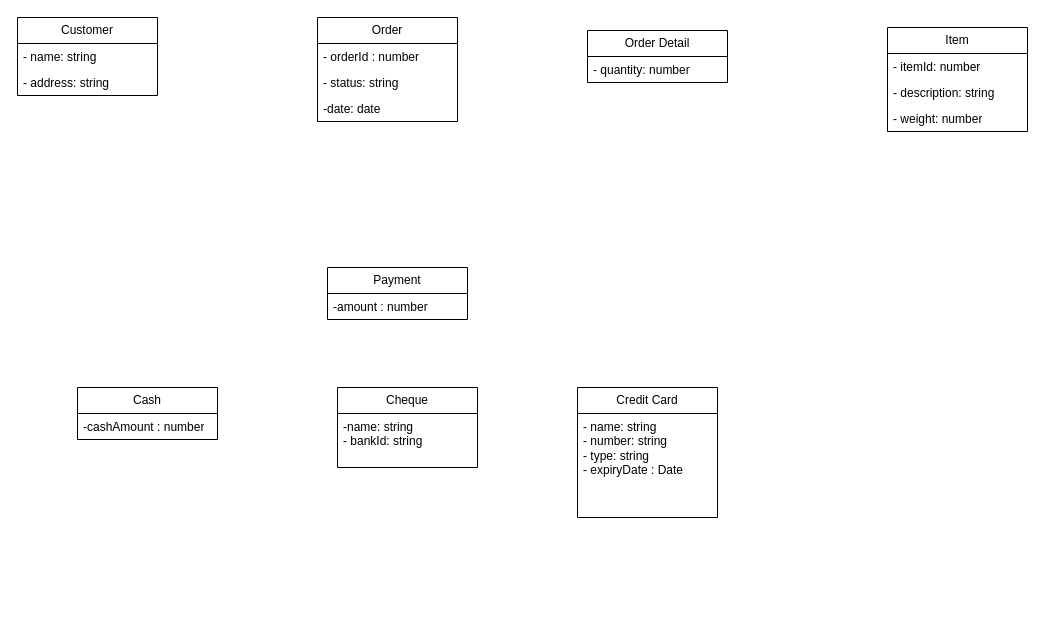
The draw.io diagram page "Order System" (9 of 10) of UML Diagram/WDDemo.drawio in prakashbtech87/aaaaaaaaaaaPrakashDrawIORepo, before the edit. Source tidied: cells renumbered, new cells numbered last; positions are measured from the earlier drawing's top-left corner, leaving out a move shared by most shapes. Both pictures are drawn from the tidied source at 100%, with x=0, y=0 at pixel (17, 17).
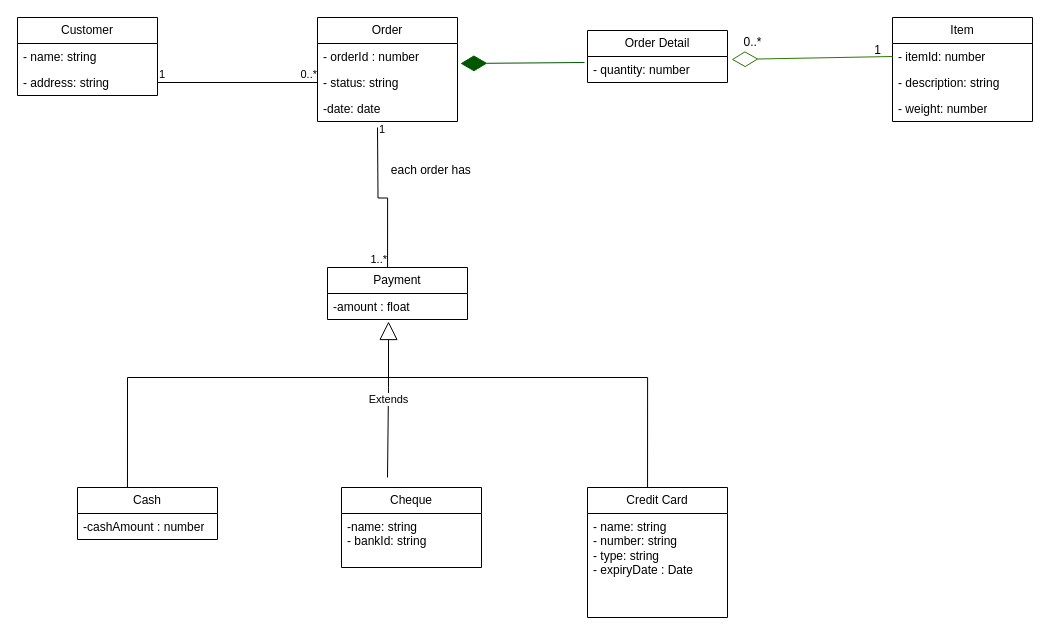
Above is the later version.

The change refers to these unchanged cells:
```xml
<mxCell id="6" value="- orderId : number" style="text;strokeColor=none;fillColor=none;align=left;verticalAlign=top;spacingLeft=4;spacingRight=4;overflow=hidden;points=[[0,0.5],[1,0.5]];portConstraint=eastwest;whiteSpace=wrap;html=1;" parent="5" vertex="1">
  <mxGeometry y="26" width="140" height="26" as="geometry" />
</mxCell>
<mxCell id="10" value="- quantity: number" style="text;strokeColor=none;fillColor=none;align=left;verticalAlign=top;spacingLeft=4;spacingRight=4;overflow=hidden;points=[[0,0.5],[1,0.5]];portConstraint=eastwest;whiteSpace=wrap;html=1;" parent="9" vertex="1">
  <mxGeometry y="26" width="140" height="26" as="geometry" />
</mxCell>
<mxCell id="12" value="- itemId: number" style="text;strokeColor=none;fillColor=none;align=left;verticalAlign=top;spacingLeft=4;spacingRight=4;overflow=hidden;points=[[0,0.5],[1,0.5]];portConstraint=eastwest;whiteSpace=wrap;html=1;" parent="11" vertex="1">
  <mxGeometry y="26" width="140" height="26" as="geometry" />
</mxCell>
<mxCell id="15" value="Payment" style="swimlane;fontStyle=0;horizontal=1;startSize=26;fillColor=none;whiteSpace=wrap;html=1;" parent="1" vertex="1">
  <mxGeometry x="310" y="250" width="140" height="52" as="geometry" />
</mxCell>
```

Change to the diagram source:
```diff
@@
     <mxCell id="11" value="Item" style="swimlane;fontStyle=0;horizontal=1;startSize=26;fillColor=none;whiteSpace=wrap;html=1;" parent="1" vertex="1">
-      <mxGeometry x="870" y="10" width="140" height="104" as="geometry" />
+      <mxGeometry x="875" width="140" height="104" as="geometry" />
     </mxCell>
@@
-    <mxCell id="16" value="-amount : number" style="text;strokeColor=none;fillColor=none;align=left;verticalAlign=top;spacingLeft=4;spacingRight=4;overflow=hidden;points=[[0,0.5],[1,0.5]];portConstraint=eastwest;whiteSpace=wrap;html=1;" parent="15" vertex="1">
+    <mxCell id="16" value="-amount : float" style="text;strokeColor=none;fillColor=none;align=left;verticalAlign=top;spacingLeft=4;spacingRight=4;overflow=hidden;points=[[0,0.5],[1,0.5]];portConstraint=eastwest;whiteSpace=wrap;html=1;" parent="15" vertex="1">
       <mxGeometry y="26" width="140" height="26" as="geometry" />
     </mxCell>
     <mxCell id="17" value="Cash" style="swimlane;fontStyle=0;horizontal=1;startSize=26;fillColor=none;whiteSpace=wrap;html=1;" parent="1" vertex="1">
-      <mxGeometry x="60" y="370" width="140" height="52" as="geometry" />
+      <mxGeometry x="60" y="470" width="140" height="52" as="geometry" />
     </mxCell>
@@
     <mxCell id="19" value="Cheque" style="swimlane;fontStyle=0;horizontal=1;startSize=26;fillColor=none;whiteSpace=wrap;html=1;" parent="1" vertex="1">
-      <mxGeometry x="320" y="370" width="140" height="80" as="geometry" />
+      <mxGeometry x="324" y="470" width="140" height="80" as="geometry" />
     </mxCell>
@@
     <mxCell id="21" value="Credit Card" style="swimlane;fontStyle=0;horizontal=1;startSize=26;fillColor=none;whiteSpace=wrap;html=1;" parent="1" vertex="1">
-      <mxGeometry x="560" y="370" width="140" height="130" as="geometry" />
+      <mxGeometry x="570" y="470" width="140" height="130" as="geometry" />
     </mxCell>
@@
+    <mxCell id="23" style="endArrow=none;html=1;edgeStyle=orthogonalEdgeStyle;rounded=0;" parent="1" edge="1">
+      <mxGeometry relative="1" as="geometry">
+        <mxPoint x="140" y="65" as="sourcePoint" />
+        <mxPoint x="300" y="65" as="targetPoint" />
+      </mxGeometry>
+    </mxCell>
+    <mxCell id="24" value="1" style="edgeLabel;html=1;align=left;verticalAlign=bottom;" parent="23" vertex="1">
+      <mxGeometry x="-1" relative="1" as="geometry" />
+    </mxCell>
+    <mxCell id="25" value="0..*" style="edgeLabel;html=1;align=right;verticalAlign=bottom;" parent="23" vertex="1">
+      <mxGeometry x="1" relative="1" as="geometry" />
+    </mxCell>
+    <mxCell id="26" style="endArrow=diamondThin;endFill=1;endSize=24;html=1;rounded=0;fillColor=#008a00;strokeColor=#005700;entryX=1.021;entryY=0.769;entryDx=0;entryDy=0;exitX=-0.021;exitY=0.231;exitDx=0;exitDy=0;exitPerimeter=0;entryPerimeter=0;" parent="1" edge="1" source="10" target="6">
+      <mxGeometry relative="1" as="geometry" />
+    </mxCell>
+    <mxCell id="27" style="endArrow=diamondThin;endFill=0;endSize=24;html=1;rounded=0;fillColor=#60a917;strokeColor=#2D7600;entryX=1.029;entryY=0.115;entryDx=0;entryDy=0;entryPerimeter=0;exitX=0;exitY=0.5;exitDx=0;exitDy=0;" parent="1" edge="1" source="12" target="10">
+      <mxGeometry relative="1" as="geometry" />
+    </mxCell>
+    <mxCell id="28" value="1" style="text;html=1;align=center;verticalAlign=middle;strokeColor=none;fillColor=none;" parent="1" vertex="1">
+      <mxGeometry x="845" y="18" width="30" height="30" as="geometry" />
+    </mxCell>
+    <mxCell id="29" value="0..*" style="text;html=1;align=center;verticalAlign=middle;strokeColor=none;fillColor=none;" parent="1" vertex="1">
+      <mxGeometry x="715" y="10" width="40" height="30" as="geometry" />
+    </mxCell>
+    <mxCell id="30" style="endArrow=none;html=1;edgeStyle=orthogonalEdgeStyle;rounded=0;entryX=0.429;entryY=0;entryDx=0;entryDy=0;entryPerimeter=0;" parent="1" edge="1" target="15">
+      <mxGeometry relative="1" as="geometry">
+        <mxPoint x="360" y="110" as="sourcePoint" />
+      </mxGeometry>
+    </mxCell>
+    <mxCell id="31" value="1" style="edgeLabel;html=1;align=left;verticalAlign=bottom;" parent="30" vertex="1">
+      <mxGeometry x="-1" relative="1" as="geometry">
+        <mxPoint y="10" as="offset" />
+      </mxGeometry>
+    </mxCell>
+    <mxCell id="32" value="1..*" style="edgeLabel;html=1;align=right;verticalAlign=bottom;" parent="30" vertex="1">
+      <mxGeometry x="1" relative="1" as="geometry" />
+    </mxCell>
+    <mxCell id="33" value="each order has&amp;nbsp;" style="text;html=1;align=center;verticalAlign=middle;strokeColor=none;fillColor=none;" parent="1" vertex="1">
+      <mxGeometry x="360" y="138" width="110" height="30" as="geometry" />
+    </mxCell>
+    <mxCell id="34" value="Extends" style="endArrow=block;endSize=16;endFill=0;html=1;rounded=0;entryX=0.436;entryY=1.077;entryDx=0;entryDy=0;entryPerimeter=0;" parent="1" edge="1" target="16">
+      <mxGeometry relative="1" as="geometry">
+        <mxPoint x="370" y="460" as="sourcePoint" />
+        <Array as="points">
+          <mxPoint x="371" y="370" />
+        </Array>
+      </mxGeometry>
+    </mxCell>
+    <mxCell id="35" style="endArrow=none;html=1;edgeStyle=orthogonalEdgeStyle;rounded=0;exitX=0.357;exitY=0;exitDx=0;exitDy=0;exitPerimeter=0;entryX=0.429;entryY=0;entryDx=0;entryDy=0;entryPerimeter=0;" parent="1" edge="1" source="17" target="21">
+      <mxGeometry relative="1" as="geometry">
+        <Array as="points">
+          <mxPoint x="110" y="360" />
+          <mxPoint x="630" y="360" />
+        </Array>
+      </mxGeometry>
+    </mxCell>
```
